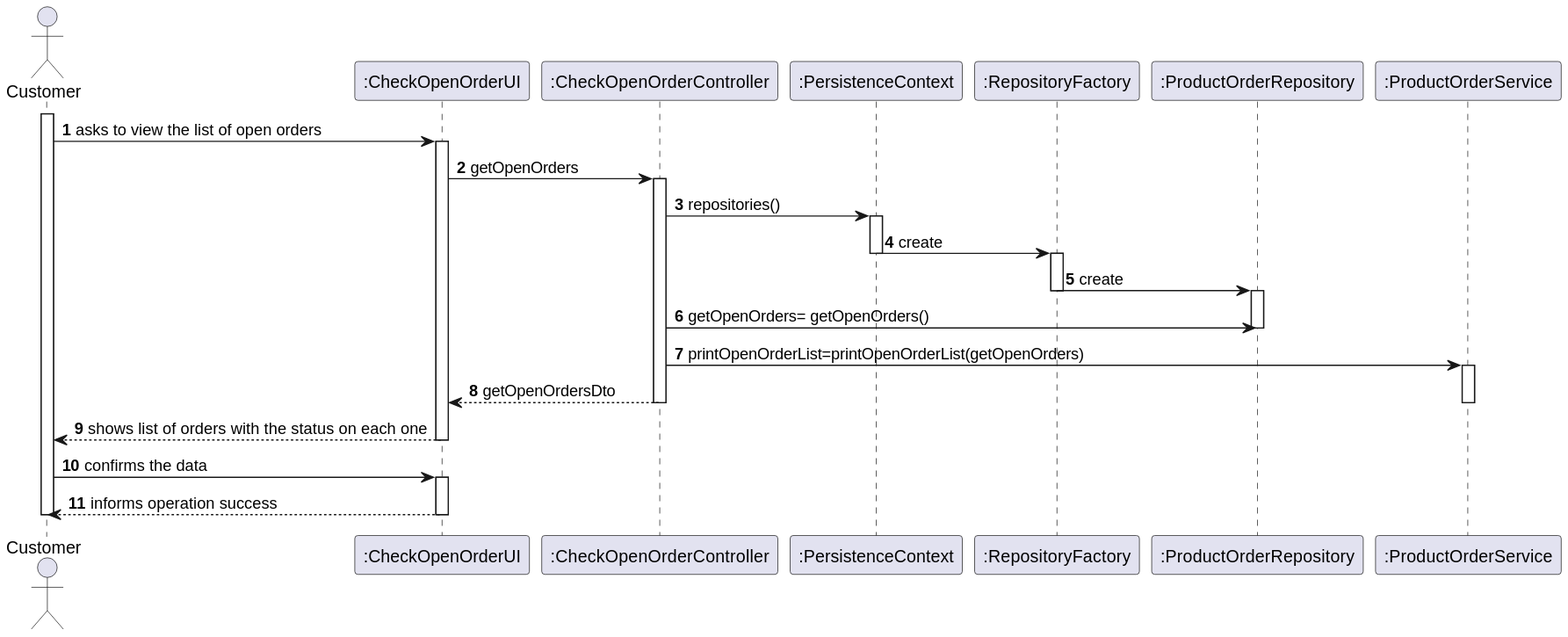
Above: docs/Sprint4/US1502/US1502_SD.svg in marttuga/LAPR4-SmartSystems (PlantUML), before the change.
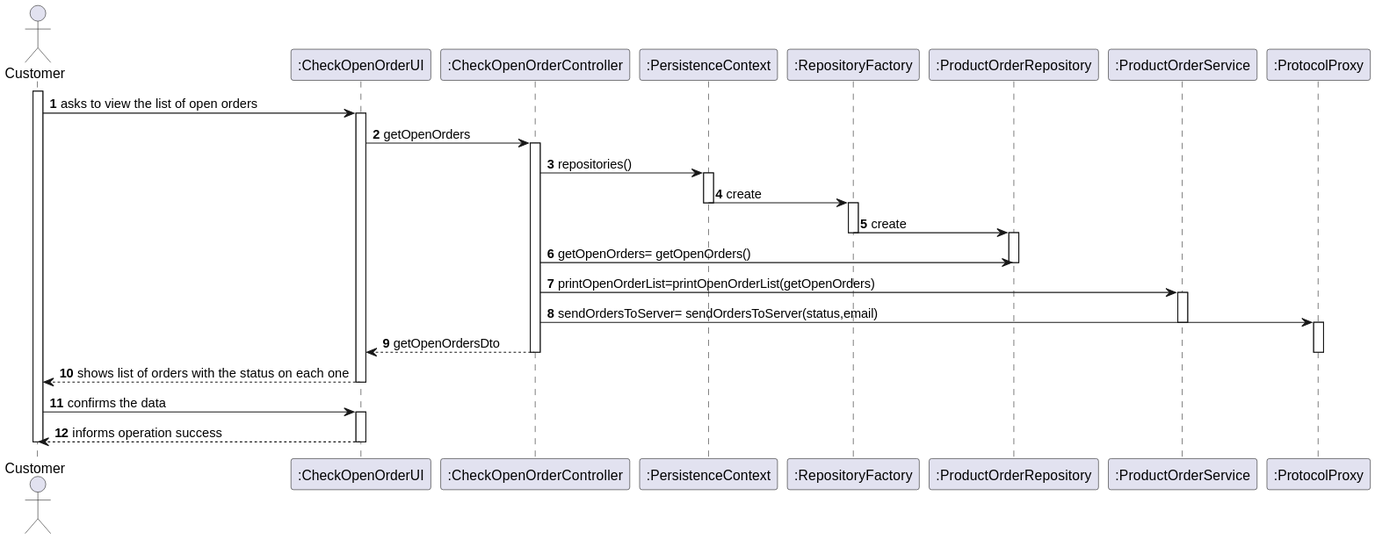
Above is the later version.

Diff of the diagram source:
```diff
@@ -7,7 +7,7 @@
 participant ":RepositoryFactory" as RF
 participant ":ProductOrderRepository" as ProdRepo
 participant ":ProductOrderService" as ProdS
-
+participant ":ProtocolProxy" as P
 
 activate WE
 
@@ -31,11 +31,14 @@
 deactivate ProdRepo
 CTRL -> ProdS : printOpenOrderList=printOpenOrderList(getOpenOrders)
 
-
 activate ProdS
 
+CTRL -> P : sendOrdersToServer= sendOrdersToServer(status,email)
+deactivate ProdS
+activate P
 CTRL --> UI :  getOpenOrdersDto
-deactivate ProdS
+deactivate P
+
 deactivate CTRL
 
 UI --> WE :shows list of orders with the status on each one
```
